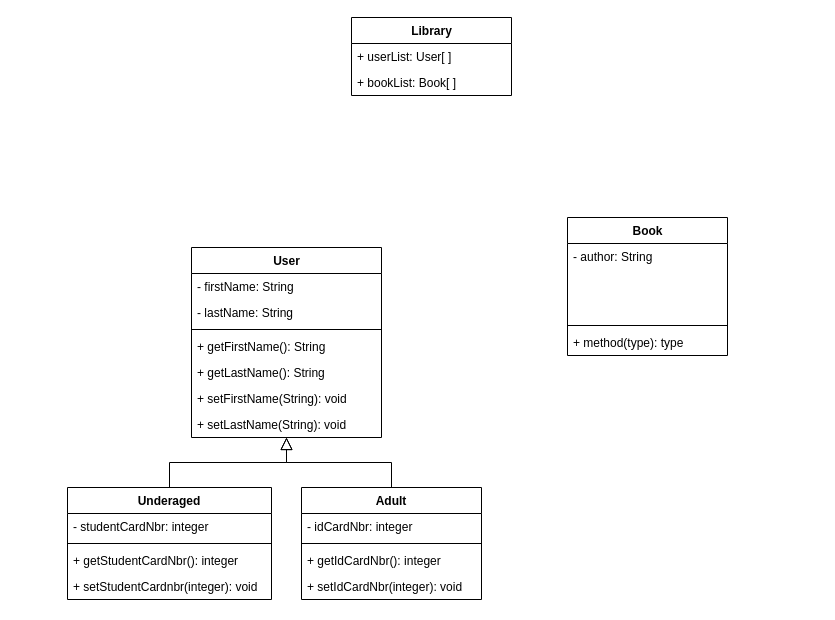
This is lab1.drawio from BadTimeGiver/Draw.io-AGH, a draw.io file, before an edit. Source tidied: cells renumbered, new cells numbered last; positions are measured from the earlier drawing's top-left corner, leaving out a move shared by most shapes. Both pictures are drawn from the tidied source at 100%, with x=0, y=0 at pixel (67, 17).
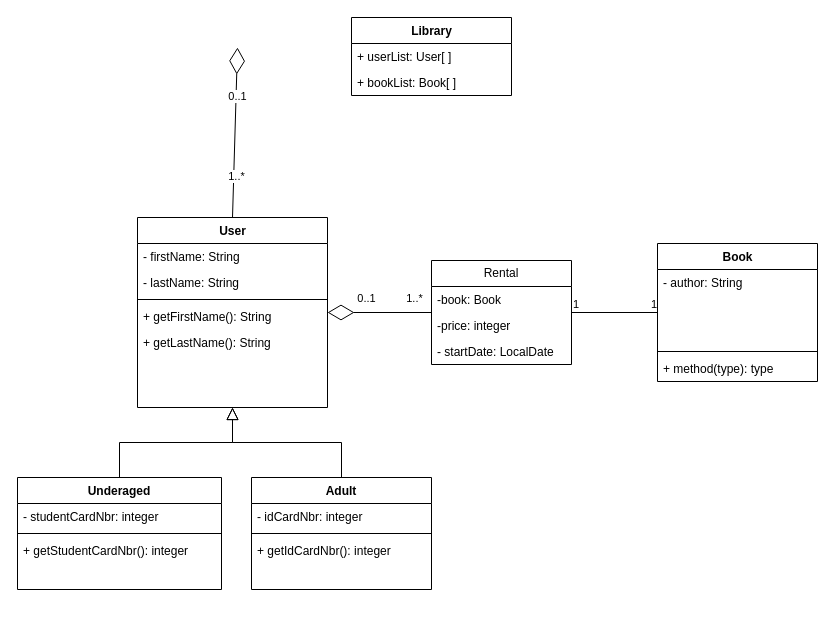
Above is the later version.

What changed in the source:
```diff
@@
     <mxCell id="2" value="&lt;b&gt;User&lt;/b&gt;" style="swimlane;fontStyle=0;align=center;verticalAlign=top;horizontal=1;startSize=26;rounded=0;shadow=0;strokeWidth=1;html=1;" parent="1" vertex="1">
-      <mxGeometry x="124" y="230" width="190" height="190" as="geometry" />
+      <mxGeometry x="70" y="200" width="190" height="190" as="geometry" />
     </mxCell>
@@
-    <mxCell id="8" value="+ setFirstName(String): void" style="text;align=left;verticalAlign=top;spacingLeft=4;spacingRight=4;overflow=hidden;" parent="2" vertex="1">
-      <mxGeometry y="138" width="190" height="26" as="geometry" />
-    </mxCell>
-    <mxCell id="9" value="+ setLastName(String): void" style="text;align=left;verticalAlign=top;spacingLeft=4;spacingRight=4;overflow=hidden;" parent="2" vertex="1">
-      <mxGeometry y="164" width="190" height="26" as="geometry" />
-    </mxCell>
     <mxCell id="10" value="Underaged " style="swimlane;fontStyle=1;align=center;verticalAlign=top;horizontal=1;startSize=26;rounded=0;shadow=0;strokeWidth=1;" parent="1" vertex="1">
-      <mxGeometry y="470" width="204" height="112" as="geometry" />
+      <mxGeometry x="-50" y="460" width="204" height="112" as="geometry" />
     </mxCell>
@@
-    <mxCell id="14" value="+ setStudentCardnbr(integer): void" style="text;align=left;verticalAlign=top;spacingLeft=4;spacingRight=4;overflow=hidden;" parent="10" vertex="1">
-      <mxGeometry y="86" width="204" height="26" as="geometry" />
-    </mxCell>
@@
     <mxCell id="16" value="Adult" style="swimlane;fontStyle=1;align=center;verticalAlign=top;horizontal=1;startSize=26;rounded=0;shadow=0;strokeWidth=1;" parent="1" vertex="1">
-      <mxGeometry x="234" y="470" width="180" height="112" as="geometry" />
+      <mxGeometry x="184" y="460" width="180" height="112" as="geometry" />
     </mxCell>
@@
-    <mxCell id="20" value="+ setIdCardNbr(integer): void" style="text;align=left;verticalAlign=top;spacingLeft=4;spacingRight=4;overflow=hidden;" parent="16" vertex="1">
-      <mxGeometry y="86" width="180" height="26" as="geometry" />
-    </mxCell>
@@
     <mxCell id="25" value="Book" style="swimlane;fontStyle=1;align=center;verticalAlign=top;horizontal=1;startSize=26;html=1;" parent="1" vertex="1">
-      <mxGeometry x="500" y="200" width="160" height="138" as="geometry" />
+      <mxGeometry x="590" y="226" width="160" height="138" as="geometry" />
     </mxCell>
@@
+    <mxCell id="31" value="Rental" style="swimlane;fontStyle=0;horizontal=1;startSize=26;fillColor=none;whiteSpace=wrap;html=1;" parent="1" vertex="1">
+      <mxGeometry x="364" y="243" width="140" height="104" as="geometry" />
+    </mxCell>
+    <mxCell id="32" value="-book: Book" style="text;strokeColor=none;fillColor=none;align=left;verticalAlign=top;spacingLeft=4;spacingRight=4;overflow=hidden;whiteSpace=wrap;html=1;" parent="31" vertex="1">
+      <mxGeometry y="26" width="140" height="26" as="geometry" />
+    </mxCell>
+    <mxCell id="33" value="-price: integer" style="text;strokeColor=none;fillColor=none;align=left;verticalAlign=top;spacingLeft=4;spacingRight=4;overflow=hidden;whiteSpace=wrap;html=1;" parent="31" vertex="1">
+      <mxGeometry y="52" width="140" height="26" as="geometry" />
+    </mxCell>
+    <mxCell id="34" value="- startDate: LocalDate" style="text;strokeColor=none;fillColor=none;align=left;verticalAlign=top;spacingLeft=4;spacingRight=4;overflow=hidden;whiteSpace=wrap;html=1;" parent="31" vertex="1">
+      <mxGeometry y="78" width="140" height="26" as="geometry" />
+    </mxCell>
+    <mxCell id="35" style="endArrow=diamondThin;endFill=0;endSize=24;html=1;rounded=0;" parent="1" edge="1" source="31" target="2">
+      <mxGeometry relative="1" as="geometry" />
+    </mxCell>
+    <mxCell id="36" value="1..*" style="edgeLabel;html=1;align=center;verticalAlign=middle;" parent="35" vertex="1">
+      <mxGeometry x="-0.65" y="-3" relative="1" as="geometry">
+        <mxPoint y="-12" as="offset" />
+      </mxGeometry>
+    </mxCell>
+    <mxCell id="37" value="0..1" style="edgeLabel;html=1;align=center;verticalAlign=middle;" parent="35" vertex="1">
+      <mxGeometry x="0.27" y="-1" relative="1" as="geometry">
+        <mxPoint y="-14" as="offset" />
+      </mxGeometry>
+    </mxCell>
+    <mxCell id="38" style="endArrow=none;html=1;edgeStyle=orthogonalEdgeStyle;rounded=0;" parent="1" edge="1" source="31" target="25">
+      <mxGeometry relative="1" as="geometry" />
+    </mxCell>
+    <mxCell id="39" value="1" style="edgeLabel;html=1;align=left;verticalAlign=bottom;" parent="38" vertex="1">
+      <mxGeometry x="-1" relative="1" as="geometry" />
+    </mxCell>
+    <mxCell id="40" value="1" style="edgeLabel;html=1;align=right;verticalAlign=bottom;" parent="38" vertex="1">
+      <mxGeometry x="1" relative="1" as="geometry" />
+    </mxCell>
+    <mxCell id="41" style="endArrow=diamondThin;endFill=0;endSize=24;html=1;rounded=0;exitX=0.5;exitY=0;exitDx=0;exitDy=0;" parent="1" edge="1" source="2">
+      <mxGeometry relative="1" as="geometry">
+        <mxPoint x="170" y="30" as="targetPoint" />
+      </mxGeometry>
+    </mxCell>
+    <mxCell id="42" value="1..*" style="edgeLabel;html=1;align=center;verticalAlign=middle;" parent="41" vertex="1">
+      <mxGeometry x="-0.65" y="-3" relative="1" as="geometry">
+        <mxPoint y="-12" as="offset" />
+      </mxGeometry>
+    </mxCell>
+    <mxCell id="43" value="0..1" style="edgeLabel;html=1;align=center;verticalAlign=middle;" parent="41" vertex="1">
+      <mxGeometry x="0.27" y="-1" relative="1" as="geometry">
+        <mxPoint y="-14" as="offset" />
+      </mxGeometry>
+    </mxCell>
```
